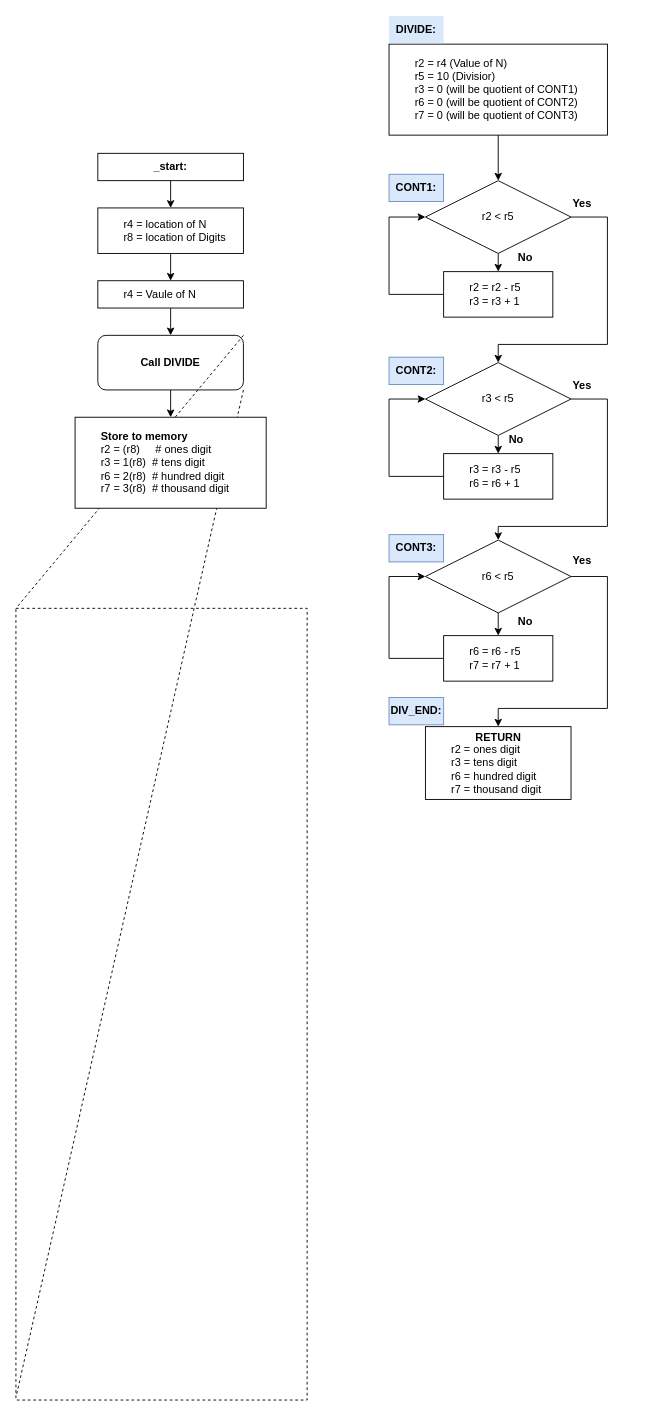
The draw.io diagram Lab1_part4.drawio in oerreo/HD_draw, before the edit. Source tidied: cells renumbered, new cells numbered last; positions are measured from the earlier drawing's top-left corner, leaving out a move shared by most shapes. Both pictures are drawn from the tidied source at 91%, with x=0, y=0 at pixel (15, 15).
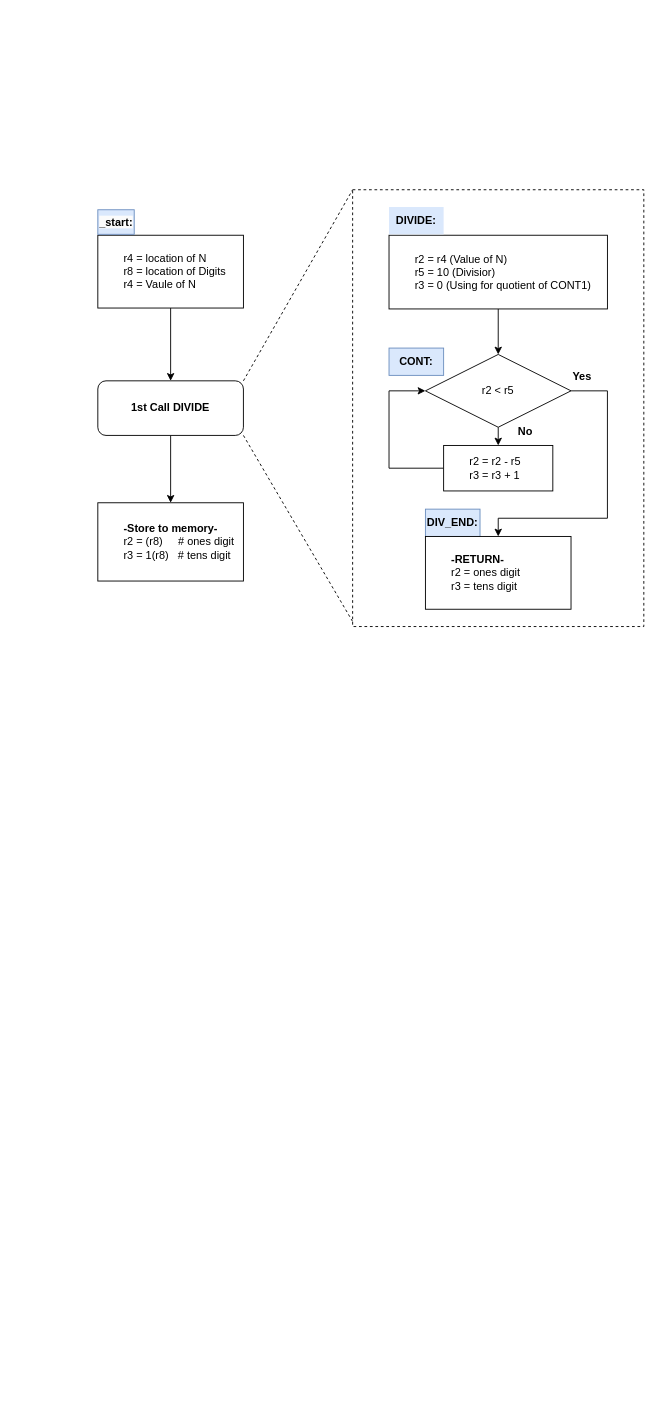
The same page after the edit.

Change to the diagram source:
```diff
@@
-    <mxCell id="2" style="edgeStyle=orthogonalEdgeStyle;rounded=0;jettySize=auto;html=1;exitX=0.5;exitY=1;exitDx=0;exitDy=0;entryX=0.5;entryY=0;entryDx=0;entryDy=0;" parent="1" edge="1" source="3" target="5">
-      <mxGeometry relative="1" as="geometry" />
-    </mxCell>
-    <mxCell id="3" value="&lt;span style=&quot;white-space: pre;&quot;&gt;&#9;&lt;/span&gt;r4 = location of N&lt;br&gt;&lt;div style=&quot;&quot;&gt;&lt;span style=&quot;background-color: initial;&quot;&gt;&amp;nbsp; &amp;nbsp; &amp;nbsp; &lt;span style=&quot;white-space: pre;&quot;&gt;&#9;&lt;/span&gt;r8 = location of Digits&lt;/span&gt;&lt;/div&gt;" style="rounded=0;whiteSpace=wrap;html=1;align=left;" parent="1" vertex="1">
-      <mxGeometry x="90" y="211" width="160" height="50" as="geometry" />
-    </mxCell>
@@
-    <mxCell id="5" value="&lt;span style=&quot;white-space: pre;&quot;&gt;&#9;&lt;/span&gt;r4 = Vaule of N" style="rounded=0;whiteSpace=wrap;html=1;align=left;" parent="1" vertex="1">
-      <mxGeometry x="90" y="291" width="160" height="30" as="geometry" />
+    <mxCell id="5" value="&lt;div&gt;&lt;span style=&quot;white-space: pre;&quot;&gt;&#9;&lt;/span&gt;r4 = location of N&lt;br&gt;&lt;div&gt;&lt;span style=&quot;background-color: initial;&quot;&gt;&amp;nbsp; &amp;nbsp; &amp;nbsp;&amp;nbsp;&lt;span style=&quot;white-space: pre;&quot;&gt;&#9;&lt;/span&gt;r8 = location of Digits&lt;/span&gt;&lt;/div&gt;&lt;/div&gt;&lt;span style=&quot;white-space: pre;&quot;&gt;&#9;&lt;/span&gt;r4 = Vaule of N" style="rounded=0;whiteSpace=wrap;html=1;align=left;" parent="1" vertex="1">
+      <mxGeometry x="90" y="241" width="160" height="80" as="geometry" />
     </mxCell>
-    <mxCell id="6" style="edgeStyle=orthogonalEdgeStyle;rounded=0;jettySize=auto;html=1;exitX=0.5;exitY=1;exitDx=0;exitDy=0;entryX=0.5;entryY=0;entryDx=0;entryDy=0;" parent="1" edge="1" source="7" target="3">
-      <mxGeometry relative="1" as="geometry" />
-    </mxCell>
-    <mxCell id="7" value="_start:" style="rounded=0;whiteSpace=wrap;html=1;fontStyle=1;" parent="1" vertex="1">
-      <mxGeometry x="90" y="151" width="160" height="30" as="geometry" />
-    </mxCell>
-    <mxCell id="8" style="edgeStyle=orthogonalEdgeStyle;rounded=0;jettySize=auto;html=1;exitX=0.5;exitY=1;exitDx=0;exitDy=0;entryX=0.5;entryY=0;entryDx=0;entryDy=0;" parent="1" edge="1" source="9" target="41">
+    <mxCell id="8" style="edgeStyle=orthogonalEdgeStyle;rounded=0;jettySize=auto;html=1;" parent="1" edge="1" source="9" target="41">
       <mxGeometry relative="1" as="geometry" />
     </mxCell>
-    <mxCell id="9" value="&lt;b&gt;Call DIVIDE&lt;/b&gt;" style="rounded=1;whiteSpace=wrap;html=1;" parent="1" vertex="1">
-      <mxGeometry x="90" y="351" width="160" height="60" as="geometry" />
+    <mxCell id="9" value="&lt;b&gt;1st Call DIVIDE&lt;/b&gt;" style="rounded=1;whiteSpace=wrap;html=1;" parent="1" vertex="1">
+      <mxGeometry x="90" y="401" width="160" height="60" as="geometry" />
     </mxCell>
-    <mxCell id="10" style="endArrow=none;dashed=1;html=1;rounded=0;entryX=0;entryY=0;entryDx=0;entryDy=0;" parent="1" edge="1" target="42">
-      <mxGeometry relative="1" as="geometry">
-        <mxPoint x="250" y="351" as="sourcePoint" />
-      </mxGeometry>
+    <mxCell id="10" style="endArrow=none;dashed=1;html=1;rounded=0;entryX=0;entryY=0;entryDx=0;entryDy=0;exitX=1;exitY=0;exitDx=0;exitDy=0;" parent="1" edge="1" source="9" target="42">
+      <mxGeometry relative="1" as="geometry" />
     </mxCell>
-    <mxCell id="11" style="endArrow=none;dashed=1;html=1;rounded=0;entryX=0.003;entryY=0.992;entryDx=0;entryDy=0;entryPerimeter=0;" parent="1" edge="1" target="42">
-      <mxGeometry relative="1" as="geometry">
-        <mxPoint x="250" y="411" as="sourcePoint" />
-      </mxGeometry>
+    <mxCell id="11" style="endArrow=none;dashed=1;html=1;rounded=0;entryX=0.003;entryY=0.992;entryDx=0;entryDy=0;entryPerimeter=0;exitX=1;exitY=1;exitDx=0;exitDy=0;" parent="1" edge="1" source="9" target="42">
+      <mxGeometry relative="1" as="geometry" />
     </mxCell>
@@
-    <mxCell id="13" value="&lt;span style=&quot;white-space: pre;&quot;&gt;&#9;&lt;/span&gt;r2 = r4 (Value of N)&lt;br&gt;&lt;span style=&quot;white-space: pre;&quot;&gt;&#9;&lt;/span&gt;r5 = 10 (Divisior)&lt;br&gt;&lt;span style=&quot;white-space: pre;&quot;&gt;&#9;&lt;/span&gt;r3 = 0 (will be&amp;nbsp;quotient of CONT1)&lt;br&gt;&lt;span style=&quot;white-space: pre;&quot;&gt;&#9;&lt;/span&gt;r6 = 0 (will be quotient of CONT2)&lt;br&gt;&lt;span style=&quot;white-space: pre;&quot;&gt;&#9;&lt;/span&gt;r7 = 0 (will be quotient of CONT3)" style="rounded=0;whiteSpace=wrap;html=1;align=left;" parent="1" vertex="1">
-      <mxGeometry x="410" y="31" width="240" height="100" as="geometry" />
+    <mxCell id="13" value="&lt;span style=&quot;white-space: pre;&quot;&gt;&#9;&lt;/span&gt;r2 = r4 (Value of N)&lt;br&gt;&lt;span style=&quot;white-space: pre;&quot;&gt;&#9;&lt;/span&gt;r5 = 10 (Divisior)&lt;br&gt;&lt;span style=&quot;white-space: pre;&quot;&gt;&#9;&lt;/span&gt;r3 = 0 (Using for quotient of CONT1)" style="rounded=0;whiteSpace=wrap;html=1;align=left;" parent="1" vertex="1">
+      <mxGeometry x="410" y="241" width="240" height="81" as="geometry" />
     </mxCell>
     <mxCell id="14" value="DIVIDE:" style="text;html=1;strokeColor=none;fillColor=#dae8fc;align=center;verticalAlign=middle;whiteSpace=wrap;rounded=0;fontStyle=1;" parent="1" vertex="1">
-      <mxGeometry x="410" width="60" height="30" as="geometry" />
+      <mxGeometry x="410" y="210" width="60" height="30" as="geometry" />
     </mxCell>
-    <mxCell id="15" value="CONT1:" style="text;html=1;strokeColor=#6c8ebf;fillColor=#dae8fc;align=center;verticalAlign=middle;whiteSpace=wrap;rounded=0;fontStyle=1;" parent="1" vertex="1">
-      <mxGeometry x="410" y="174" width="60" height="30" as="geometry" />
+    <mxCell id="15" value="CONT:" style="text;html=1;strokeColor=#6c8ebf;fillColor=#dae8fc;align=center;verticalAlign=middle;whiteSpace=wrap;rounded=0;fontStyle=1;" parent="1" vertex="1">
+      <mxGeometry x="410" y="365" width="60" height="30" as="geometry" />
     </mxCell>
@@
-    <mxCell id="17" style="edgeStyle=orthogonalEdgeStyle;rounded=0;jettySize=auto;html=1;exitX=1;exitY=0.5;exitDx=0;exitDy=0;entryX=0.5;entryY=0;entryDx=0;entryDy=0;" parent="1" edge="1" source="18" target="24">
+    <mxCell id="17" style="edgeStyle=orthogonalEdgeStyle;rounded=0;jettySize=auto;html=1;exitX=1;exitY=0.5;exitDx=0;exitDy=0;" parent="1" edge="1" source="18" target="34">
       <mxGeometry relative="1" as="geometry">
         <Array as="points">
-          <mxPoint x="650" y="221" />
-          <mxPoint x="650" y="361" />
-          <mxPoint x="530" y="361" />
+          <mxPoint x="650" y="412" />
+          <mxPoint x="650" y="552" />
+          <mxPoint x="530" y="552" />
         </Array>
       </mxGeometry>
     </mxCell>
     <mxCell id="18" value="r2 &amp;lt; r5" style="rhombus;whiteSpace=wrap;html=1;" parent="1" vertex="1">
-      <mxGeometry x="450" y="181" width="160" height="80" as="geometry" />
+      <mxGeometry x="450" y="372" width="160" height="80" as="geometry" />
     </mxCell>
     <mxCell id="19" style="edgeStyle=orthogonalEdgeStyle;rounded=0;jettySize=auto;html=1;exitX=0;exitY=0.5;exitDx=0;exitDy=0;entryX=0;entryY=0.5;entryDx=0;entryDy=0;" parent="1" edge="1" source="20" target="18">
       <mxGeometry relative="1" as="geometry">
         <Array as="points">
-          <mxPoint x="410" y="306" />
-          <mxPoint x="410" y="221" />
+          <mxPoint x="410" y="497" />
+          <mxPoint x="410" y="412" />
         </Array>
       </mxGeometry>
     </mxCell>
     <mxCell id="20" value="&lt;span style=&quot;white-space: pre;&quot;&gt;&#9;&lt;/span&gt;r2 = r2 - r5&lt;br&gt;&lt;span style=&quot;white-space: pre;&quot;&gt;&#9;&lt;/span&gt;r3 = r3 + 1" style="rounded=0;html=1;align=left;fontStyle=0;" parent="1" vertex="1">
-      <mxGeometry x="470" y="281" width="120" height="50" as="geometry" />
+      <mxGeometry x="470" y="472" width="120" height="50" as="geometry" />
     </mxCell>
-    <mxCell id="21" value="CONT2:" style="text;html=1;strokeColor=#6c8ebf;fillColor=#dae8fc;align=center;verticalAlign=middle;whiteSpace=wrap;rounded=0;fontStyle=1;" parent="1" vertex="1">
-      <mxGeometry x="410" y="375" width="60" height="30" as="geometry" />
-    </mxCell>
-    <mxCell id="22" style="edgeStyle=orthogonalEdgeStyle;rounded=0;jettySize=auto;html=1;exitX=0.5;exitY=1;exitDx=0;exitDy=0;entryX=0.5;entryY=0;entryDx=0;entryDy=0;" parent="1" edge="1" source="24" target="26">
-      <mxGeometry relative="1" as="geometry" />
+    <mxCell id="22" style="edgeStyle=orthogonalEdgeStyle;rounded=0;orthogonalLoop=1;jettySize=auto;html=1;exitX=0.5;exitY=1;exitDx=0;exitDy=0;entryX=0.5;entryY=0;entryDx=0;entryDy=0;" parent="1" edge="1">
+      <mxGeometry relative="1" as="geometry">
+        <mxPoint x="530" y="481" as="targetPoint" />
+      </mxGeometry>
     </mxCell>
-    <mxCell id="23" style="edgeStyle=orthogonalEdgeStyle;rounded=0;jettySize=auto;html=1;exitX=1;exitY=0.5;exitDx=0;exitDy=0;entryX=0.5;entryY=0;entryDx=0;entryDy=0;" parent="1" edge="1" source="24" target="30">
+    <mxCell id="23" style="edgeStyle=orthogonalEdgeStyle;rounded=0;orthogonalLoop=1;jettySize=auto;html=1;exitX=1;exitY=0.5;exitDx=0;exitDy=0;entryX=0.5;entryY=0;entryDx=0;entryDy=0;" parent="1" edge="1">
       <mxGeometry relative="1" as="geometry">
+        <mxPoint x="530" y="576" as="targetPoint" />
         <Array as="points">
           <mxPoint x="650" y="421" />
           <mxPoint x="650" y="561" />
           <mxPoint x="530" y="561" />
         </Array>
       </mxGeometry>
     </mxCell>
-    <mxCell id="24" value="r3 &amp;lt; r5" style="rhombus;whiteSpace=wrap;html=1;" parent="1" vertex="1">
-      <mxGeometry x="450" y="381" width="160" height="80" as="geometry" />
-    </mxCell>
-    <mxCell id="25" style="edgeStyle=orthogonalEdgeStyle;rounded=0;jettySize=auto;html=1;exitX=0;exitY=0.5;exitDx=0;exitDy=0;entryX=0;entryY=0.5;entryDx=0;entryDy=0;" parent="1" edge="1" source="26" target="24">
+    <mxCell id="25" style="edgeStyle=orthogonalEdgeStyle;rounded=0;orthogonalLoop=1;jettySize=auto;html=1;exitX=0;exitY=0.5;exitDx=0;exitDy=0;entryX=0;entryY=0.5;entryDx=0;entryDy=0;" parent="1" edge="1">
       <mxGeometry relative="1" as="geometry">
+        <mxPoint x="470" y="506" as="sourcePoint" />
         <Array as="points">
           <mxPoint x="410" y="506" />
           <mxPoint x="410" y="421" />
         </Array>
       </mxGeometry>
     </mxCell>
-    <mxCell id="26" value="&lt;span style=&quot;white-space: pre;&quot;&gt;&#9;&lt;/span&gt;r3 = r3 - r5&lt;br&gt;&lt;span style=&quot;white-space: pre;&quot;&gt;&#9;&lt;/span&gt;r6 = r6 + 1" style="rounded=0;html=1;align=left;fontStyle=0;" parent="1" vertex="1">
-      <mxGeometry x="470" y="481" width="120" height="50" as="geometry" />
-    </mxCell>
-    <mxCell id="27" value="CONT3:" style="text;html=1;strokeColor=#6c8ebf;fillColor=#dae8fc;align=center;verticalAlign=middle;whiteSpace=wrap;rounded=0;fontStyle=1;" parent="1" vertex="1">
-      <mxGeometry x="410" y="570" width="60" height="30" as="geometry" />
-    </mxCell>
-    <mxCell id="28" style="edgeStyle=orthogonalEdgeStyle;rounded=0;jettySize=auto;html=1;exitX=0.5;exitY=1;exitDx=0;exitDy=0;entryX=0.5;entryY=0;entryDx=0;entryDy=0;" parent="1" edge="1" source="30" target="32">
-      <mxGeometry relative="1" as="geometry" />
+    <mxCell id="28" style="edgeStyle=orthogonalEdgeStyle;rounded=0;orthogonalLoop=1;jettySize=auto;html=1;exitX=0.5;exitY=1;exitDx=0;exitDy=0;entryX=0.5;entryY=0;entryDx=0;entryDy=0;" parent="1" edge="1">
+      <mxGeometry relative="1" as="geometry">
+        <mxPoint x="530" y="681" as="targetPoint" />
+      </mxGeometry>
     </mxCell>
-    <mxCell id="29" style="edgeStyle=orthogonalEdgeStyle;rounded=0;jettySize=auto;html=1;exitX=1;exitY=0.5;exitDx=0;exitDy=0;entryX=0.5;entryY=0;entryDx=0;entryDy=0;" parent="1" edge="1" source="30" target="34">
-      <mxGeometry relative="1" as="geometry">
-        <Array as="points">
-          <mxPoint x="650" y="616" />
-          <mxPoint x="650" y="761" />
-          <mxPoint x="530" y="761" />
-        </Array>
-      </mxGeometry>
-    </mxCell>
-    <mxCell id="30" value="r6 &amp;lt; r5" style="rhombus;whiteSpace=wrap;html=1;" parent="1" vertex="1">
-      <mxGeometry x="450" y="576" width="160" height="80" as="geometry" />
-    </mxCell>
-    <mxCell id="31" style="edgeStyle=orthogonalEdgeStyle;rounded=0;jettySize=auto;html=1;exitX=0;exitY=0.5;exitDx=0;exitDy=0;entryX=0;entryY=0.5;entryDx=0;entryDy=0;" parent="1" edge="1" source="32" target="30">
+    <mxCell id="31" style="edgeStyle=orthogonalEdgeStyle;rounded=0;orthogonalLoop=1;jettySize=auto;html=1;exitX=0;exitY=0.5;exitDx=0;exitDy=0;entryX=0;entryY=0.5;entryDx=0;entryDy=0;" parent="1" edge="1">
       <mxGeometry relative="1" as="geometry">
+        <mxPoint x="470" y="706" as="sourcePoint" />
         <Array as="points">
           <mxPoint x="410" y="706" />
           <mxPoint x="410" y="616" />
         </Array>
       </mxGeometry>
     </mxCell>
-    <mxCell id="32" value="&lt;span style=&quot;white-space: pre;&quot;&gt;&#9;&lt;/span&gt;r6 = r6 - r5&lt;br&gt;&lt;span style=&quot;white-space: pre;&quot;&gt;&#9;&lt;/span&gt;r7 = r7 + 1" style="rounded=0;html=1;align=left;fontStyle=0;" parent="1" vertex="1">
-      <mxGeometry x="470" y="681" width="120" height="50" as="geometry" />
-    </mxCell>
     <mxCell id="33" value="DIV_END:" style="text;html=1;strokeColor=#6c8ebf;fillColor=#dae8fc;align=center;verticalAlign=middle;whiteSpace=wrap;rounded=0;fontStyle=1;" parent="1" vertex="1">
-      <mxGeometry x="410" y="749" width="60" height="30" as="geometry" />
+      <mxGeometry x="450" y="542" width="60" height="30" as="geometry" />
     </mxCell>
-    <mxCell id="34" value="&lt;span style=&quot;white-space: pre;&quot;&gt;&#9;&lt;/span&gt;&lt;span style=&quot;white-space: pre;&quot;&gt;&#9;&lt;/span&gt;&lt;b&gt;RETURN&lt;/b&gt;&lt;br&gt;&lt;span style=&quot;white-space: pre;&quot;&gt;&#9;&lt;/span&gt;r2 = ones digit&lt;br&gt;&lt;span style=&quot;white-space: pre;&quot;&gt;&#9;&lt;/span&gt;r3&amp;nbsp;= tens digit&lt;br&gt;&lt;span style=&quot;white-space: pre;&quot;&gt;&#9;&lt;/span&gt;r6&amp;nbsp;= hundred digit&lt;br&gt;&lt;span style=&quot;white-space: pre;&quot;&gt;&#9;&lt;/span&gt;r7&amp;nbsp;= thousand digit" style="rounded=0;whiteSpace=wrap;html=1;align=left;" parent="1" vertex="1">
-      <mxGeometry x="450" y="781" width="160" height="80" as="geometry" />
+    <mxCell id="34" value="&lt;div style=&quot;&quot;&gt;&lt;b style=&quot;background-color: initial;&quot;&gt;&lt;span style=&quot;white-space: pre;&quot;&gt;&#9;&lt;/span&gt;-RETURN-&lt;/b&gt;&lt;/div&gt;&lt;div style=&quot;&quot;&gt;&lt;span style=&quot;background-color: initial;&quot;&gt;&lt;span style=&quot;white-space: pre;&quot;&gt;&#9;&lt;/span&gt;r2 = ones digit&lt;/span&gt;&lt;/div&gt;&lt;div style=&quot;&quot;&gt;&lt;span style=&quot;background-color: initial;&quot;&gt;&lt;span style=&quot;white-space: pre;&quot;&gt;&lt;span style=&quot;white-space: pre;&quot;&gt;&#9;&lt;/span&gt;&lt;/span&gt;r3&amp;nbsp;= tens digit&lt;br&gt;&lt;/span&gt;&lt;/div&gt;" style="rounded=0;whiteSpace=wrap;html=1;align=left;" parent="1" vertex="1">
+      <mxGeometry x="450" y="572" width="160" height="80" as="geometry" />
     </mxCell>
     <mxCell id="35" value="Yes" style="text;html=1;strokeColor=none;fillColor=none;align=left;verticalAlign=middle;whiteSpace=wrap;rounded=0;fontStyle=1;" parent="1" vertex="1">
-      <mxGeometry x="610" y="191" width="60" height="30" as="geometry" />
+      <mxGeometry x="610" y="382" width="60" height="30" as="geometry" />
     </mxCell>
-    <mxCell id="36" value="Yes" style="text;html=1;strokeColor=none;fillColor=none;align=left;verticalAlign=middle;whiteSpace=wrap;rounded=0;fontStyle=1;" parent="1" vertex="1">
-      <mxGeometry x="610" y="391" width="60" height="30" as="geometry" />
-    </mxCell>
-    <mxCell id="37" value="Yes" style="text;html=1;strokeColor=none;fillColor=none;align=left;verticalAlign=middle;whiteSpace=wrap;rounded=0;fontStyle=1;" parent="1" vertex="1">
-      <mxGeometry x="610" y="584" width="60" height="30" as="geometry" />
-    </mxCell>
     <mxCell id="38" value="No" style="text;html=1;strokeColor=none;fillColor=none;align=left;verticalAlign=middle;whiteSpace=wrap;rounded=0;fontStyle=1;" parent="1" vertex="1">
-      <mxGeometry x="550" y="251" width="60" height="30" as="geometry" />
+      <mxGeometry x="550" y="442" width="60" height="30" as="geometry" />
     </mxCell>
-    <mxCell id="39" value="No" style="text;html=1;strokeColor=none;fillColor=none;align=left;verticalAlign=middle;whiteSpace=wrap;rounded=0;fontStyle=1;" parent="1" vertex="1">
-      <mxGeometry x="540" y="451" width="60" height="30" as="geometry" />
-    </mxCell>
-    <mxCell id="40" value="No" style="text;html=1;strokeColor=none;fillColor=none;align=left;verticalAlign=middle;whiteSpace=wrap;rounded=0;fontStyle=1;" parent="1" vertex="1">
-      <mxGeometry x="550" y="651" width="60" height="30" as="geometry" />
-    </mxCell>
-    <mxCell id="41" value="&lt;b&gt;&lt;span style=&quot;white-space: pre;&quot;&gt;&#9;&lt;/span&gt;Store to memory&lt;/b&gt;&lt;br&gt;&lt;span style=&quot;white-space: pre;&quot;&gt;&#9;&lt;/span&gt;r2 = (r8)&lt;span style=&quot;white-space: pre;&quot;&gt;&#9;&lt;/span&gt;&amp;nbsp; # ones digit&lt;br&gt;&lt;span style=&quot;white-space: pre;&quot;&gt;&#9;&lt;/span&gt;r3 = 1(r8)&amp;nbsp; # tens digit&lt;br&gt;&lt;span style=&quot;white-space: pre;&quot;&gt;&#9;&lt;/span&gt;r6 = 2(r8)&amp;nbsp; # hundred digit&lt;br&gt;&lt;span style=&quot;white-space: pre;&quot;&gt;&#9;&lt;/span&gt;r7 = 3(r8)&amp;nbsp; # thousand digit" style="rounded=0;whiteSpace=wrap;html=1;align=left;" parent="1" vertex="1">
-      <mxGeometry x="65" y="441" width="210" height="100" as="geometry" />
+    <mxCell id="41" value="&lt;b&gt;&lt;span style=&quot;white-space: pre;&quot;&gt;&#9;&lt;/span&gt;-Store to memory-&lt;/b&gt;&lt;br&gt;&lt;span style=&quot;white-space: pre;&quot;&gt;&#9;&lt;/span&gt;r2 = (r8)&lt;span style=&quot;white-space: pre;&quot;&gt;&#9;&lt;/span&gt;&amp;nbsp; # ones digit&lt;br&gt;&lt;span style=&quot;white-space: pre;&quot;&gt;&#9;&lt;/span&gt;r3 = 1(r8)&amp;nbsp; &amp;nbsp;# tens digit" style="rounded=0;whiteSpace=wrap;html=1;align=left;" parent="1" vertex="1">
+      <mxGeometry x="90" y="535" width="160" height="86" as="geometry" />
     </mxCell>
     <mxCell id="42" style="rounded=0;whiteSpace=wrap;html=1;dashed=1;fillColor=none;" parent="1" vertex="1">
-      <mxGeometry y="651" width="320" height="870" as="geometry" />
+      <mxGeometry x="370" y="191" width="320" height="480" as="geometry" />
     </mxCell>
+    <mxCell id="7" value="&lt;span style=&quot;color: rgb(0, 0, 0); font-family: Helvetica; font-size: 12px; font-style: normal; font-variant-ligatures: normal; font-variant-caps: normal; font-weight: 700; letter-spacing: normal; orphans: 2; text-align: center; text-indent: 0px; text-transform: none; widows: 2; word-spacing: 0px; -webkit-text-stroke-width: 0px; white-space: normal; background-color: rgb(251, 251, 251); text-decoration-thickness: initial; text-decoration-style: initial; text-decoration-color: initial; display: inline !important; float: none;&quot;&gt;_start:&lt;/span&gt;" style="text;whiteSpace=wrap;html=1;fillColor=#dae8fc;strokeColor=#6c8ebf;" parent="1" vertex="1">
+      <mxGeometry x="90" y="213" width="40" height="27" as="geometry" />
+    </mxCell>
```
